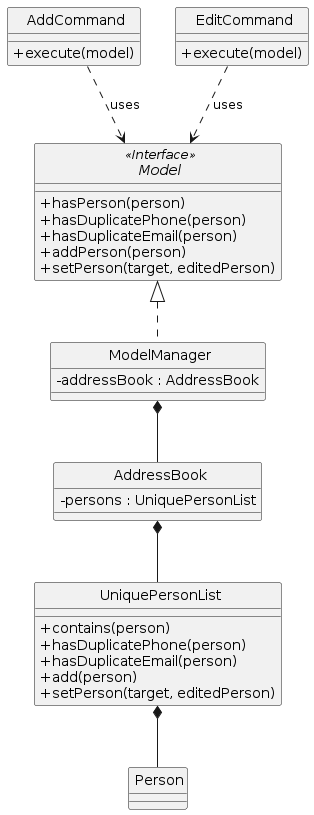
Above: diagrams/UniquenessConstraintClassDiagram.png in AY2526S2-CS2103T-T15-3/tp (PlantUML), before the change. Its source is kept beside it as diagrams/UniquenessConstraintClassDiagram.puml. Source of this version:
```plantuml
@startuml
skinparam classAttributeIconSize 0
skinparam monochrome true
skinparam shadowing false
skinparam CircledCharacterRadius 0
skinparam CircledCharacterFontSize 0

class AddCommand {
  +execute(model)
}
class EditCommand {
  +execute(model)
}
interface Model <<Interface>> {
  +hasPerson(person)
  +hasDuplicatePhone(person)
  +hasDuplicateEmail(person)
  +addPerson(person)
  +setPerson(target, editedPerson)
}
class ModelManager {
  -addressBook : AddressBook
}
class AddressBook {
  -persons : UniquePersonList
}
class UniquePersonList {
  +contains(person)
  +hasDuplicatePhone(person)
  +hasDuplicateEmail(person)
  +add(person)
  +setPerson(target, editedPerson)
}
class Person

AddCommand ..> Model : uses
EditCommand ..> Model : uses
Model <|.. ModelManager
ModelManager *-- AddressBook
AddressBook *-- UniquePersonList
UniquePersonList *-- Person
@enduml
```
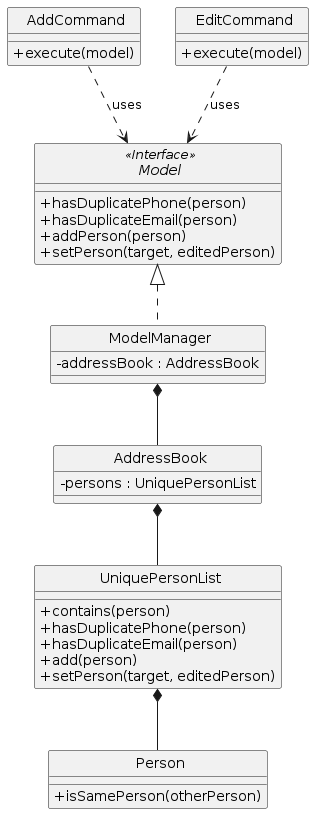
After the change.

Diff of the diagram source:
```diff
@@ -12,7 +12,6 @@
   +execute(model)
 }
 interface Model <<Interface>> {
-  +hasPerson(person)
   +hasDuplicatePhone(person)
   +hasDuplicateEmail(person)
   +addPerson(person)
@@ -31,7 +30,9 @@
   +add(person)
   +setPerson(target, editedPerson)
 }
-class Person
+class Person {
+  +isSamePerson(otherPerson)
+}
 
 AddCommand ..> Model : uses
 EditCommand ..> Model : uses
```
